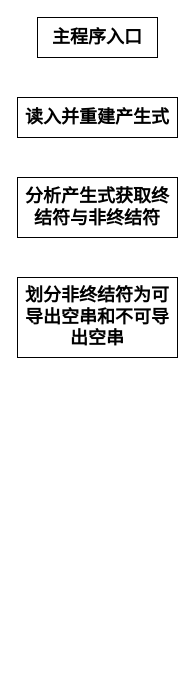
The draw.io diagram CS/CompilersPrinciples/GrammaticalAnalysis.drawio in umiskky/Diagrams, before the edit. Source tidied: cells renumbered, new cells numbered last; positions are measured from the earlier drawing's top-left corner, leaving out a move shared by most shapes. Both pictures are drawn from the tidied source at 100%, with x=0, y=0 at pixel (17, 17).
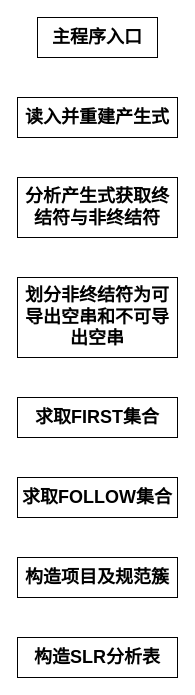
The same diagram, later.

Diff of the diagram source:
```diff
@@
 <mxGraphModel>
   <root>
     <mxCell id="0" />
     <mxCell id="1" parent="0" />
     <mxCell id="2" value="&lt;font style=&quot;font-size: 18px&quot;&gt;&lt;b&gt;主程序入口&lt;/b&gt;&lt;/font&gt;" style="rounded=0;whiteSpace=wrap;html=1;" parent="1" vertex="1">
       <mxGeometry x="20" width="120" height="40" as="geometry" />
     </mxCell>
     <mxCell id="3" value="&lt;font style=&quot;font-size: 18px&quot;&gt;&lt;b&gt;读入并重建产生式&lt;/b&gt;&lt;/font&gt;" style="rounded=0;whiteSpace=wrap;html=1;" parent="1" vertex="1">
       <mxGeometry y="80" width="160" height="40" as="geometry" />
     </mxCell>
     <mxCell id="4" value="&lt;font style=&quot;font-size: 18px&quot;&gt;&lt;b&gt;分析产生式获取终结符与非终结符&lt;/b&gt;&lt;/font&gt;" style="rounded=0;whiteSpace=wrap;html=1;" parent="1" vertex="1">
       <mxGeometry y="160" width="160" height="60" as="geometry" />
     </mxCell>
     <mxCell id="5" value="&lt;span style=&quot;font-size: 18px&quot;&gt;&lt;b&gt;划分非终结符为可导出空串和不可导出空串&lt;br&gt;&lt;/b&gt;&lt;/span&gt;" style="rounded=0;whiteSpace=wrap;html=1;" parent="1" vertex="1">
       <mxGeometry y="260" width="160" height="80" as="geometry" />
     </mxCell>
+    <mxCell id="6" value="&lt;span style=&quot;font-size: 18px&quot;&gt;&lt;b&gt;求取FIRST集合&lt;br&gt;&lt;/b&gt;&lt;/span&gt;" style="rounded=0;whiteSpace=wrap;html=1;" parent="1" vertex="1">
+      <mxGeometry y="380" width="160" height="40" as="geometry" />
+    </mxCell>
+    <mxCell id="7" value="&lt;span style=&quot;font-size: 18px&quot;&gt;&lt;b&gt;求取FOLLOW集合&lt;br&gt;&lt;/b&gt;&lt;/span&gt;" style="rounded=0;whiteSpace=wrap;html=1;" parent="1" vertex="1">
+      <mxGeometry y="460" width="160" height="40" as="geometry" />
+    </mxCell>
+    <mxCell id="8" value="&lt;span style=&quot;font-size: 18px&quot;&gt;&lt;b&gt;构造项目及规范簇&lt;br&gt;&lt;/b&gt;&lt;/span&gt;" style="rounded=0;whiteSpace=wrap;html=1;" parent="1" vertex="1">
+      <mxGeometry y="540" width="160" height="40" as="geometry" />
+    </mxCell>
+    <mxCell id="9" value="&lt;span style=&quot;font-size: 18px&quot;&gt;&lt;b&gt;构造SLR分析表&lt;br&gt;&lt;/b&gt;&lt;/span&gt;" style="rounded=0;whiteSpace=wrap;html=1;" parent="1" vertex="1">
+      <mxGeometry y="620" width="160" height="40" as="geometry" />
+    </mxCell>
   </root>
 </mxGraphModel>
```
